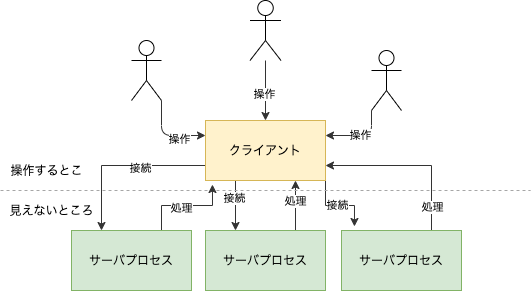
shi6na/Developers-Roadmap keeps this draw.io diagram as 06_relational_databases/クライアントサーバ.png. Above is the earlier version. Source tidied: cells renumbered, new cells last; positions are measured from the earlier drawing's top-left corner, leaving out a move shared by most shapes. The source it was exported from:
```xml
<mxGraphModel>
  <root>
    <mxCell id="0" />
    <mxCell id="1" parent="0" />
    <mxCell id="2" style="edgeStyle=orthogonalEdgeStyle;rounded=0;jettySize=auto;html=1;exitX=0.25;exitY=1;exitDx=0;exitDy=0;entryX=0.25;entryY=0;entryDx=0;entryDy=0;strokeColor=#333333;" parent="1" edge="1" source="7" target="10">
      <mxGeometry relative="1" as="geometry" />
    </mxCell>
    <mxCell id="3" value="接続" style="edgeLabel;html=1;align=center;verticalAlign=middle;" parent="2" vertex="1">
      <mxGeometry x="-0.32" y="-2" relative="1" as="geometry" />
    </mxCell>
    <mxCell id="4" value="接続" style="edgeStyle=orthogonalEdgeStyle;rounded=0;jettySize=auto;html=1;exitX=1;exitY=1;exitDx=0;exitDy=0;entryX=0.108;entryY=-0.067;entryDx=0;entryDy=0;entryPerimeter=0;strokeColor=#333333;" parent="1" edge="1" source="7" target="24">
      <mxGeometry relative="1" as="geometry" />
    </mxCell>
    <mxCell id="5" style="edgeStyle=orthogonalEdgeStyle;rounded=0;jettySize=auto;html=1;exitX=0;exitY=0.75;exitDx=0;exitDy=0;entryX=0.25;entryY=0;entryDx=0;entryDy=0;strokeColor=#333333;" parent="1" edge="1" source="7" target="27">
      <mxGeometry relative="1" as="geometry" />
    </mxCell>
    <mxCell id="6" value="接続" style="edgeLabel;html=1;align=center;verticalAlign=middle;" parent="5" vertex="1">
      <mxGeometry x="-0.22" y="2" relative="1" as="geometry" />
    </mxCell>
    <mxCell id="7" value="クライアント" style="rounded=0;whiteSpace=wrap;html=1;fillColor=#fff2cc;strokeColor=#d6b656;" parent="1" vertex="1">
      <mxGeometry x="205" y="120" width="120" height="60" as="geometry" />
    </mxCell>
    <mxCell id="8" style="edgeStyle=orthogonalEdgeStyle;rounded=0;jettySize=auto;html=1;exitX=0.75;exitY=0;exitDx=0;exitDy=0;entryX=0.75;entryY=1;entryDx=0;entryDy=0;strokeColor=#333333;" parent="1" edge="1" source="10" target="7">
      <mxGeometry relative="1" as="geometry" />
    </mxCell>
    <mxCell id="9" value="処理" style="edgeLabel;html=1;align=center;verticalAlign=middle;" parent="8" vertex="1">
      <mxGeometry x="0.2" y="1" relative="1" as="geometry" />
    </mxCell>
    <mxCell id="10" value="サーバプロセス" style="rounded=0;whiteSpace=wrap;html=1;fillColor=#d5e8d4;strokeColor=#82b366;" parent="1" vertex="1">
      <mxGeometry x="205" y="230" width="120" height="60" as="geometry" />
    </mxCell>
    <mxCell id="11" style="endArrow=none;html=1;dashed=1;fillColor=#f5f5f5;strokeColor=#A6A6A6;" parent="1" edge="1">
      <mxGeometry relative="1" as="geometry">
        <mxPoint y="190" as="sourcePoint" />
        <mxPoint x="530" y="190" as="targetPoint" />
      </mxGeometry>
    </mxCell>
    <mxCell id="12" style="edgeStyle=orthogonalEdgeStyle;rounded=1;jettySize=auto;html=1;exitX=1;exitY=1;exitDx=0;exitDy=0;exitPerimeter=0;entryX=0;entryY=0.25;entryDx=0;entryDy=0;strokeColor=#333333;" parent="1" edge="1" source="14" target="7">
      <mxGeometry relative="1" as="geometry" />
    </mxCell>
    <mxCell id="13" value="操作" style="edgeLabel;html=1;align=center;verticalAlign=middle;" parent="12" vertex="1">
      <mxGeometry x="0.33" y="-3" relative="1" as="geometry" />
    </mxCell>
    <mxCell id="14" style="shape=umlActor;verticalLabelPosition=bottom;verticalAlign=top;html=1;outlineConnect=0;" parent="1" vertex="1">
      <mxGeometry x="131" y="40" width="30" height="60" as="geometry" />
    </mxCell>
    <mxCell id="15" style="edgeStyle=orthogonalEdgeStyle;rounded=1;jettySize=auto;html=1;strokeColor=#333333;" parent="1" edge="1" source="17" target="7">
      <mxGeometry relative="1" as="geometry" />
    </mxCell>
    <mxCell id="16" value="操作" style="edgeLabel;html=1;align=center;verticalAlign=middle;" parent="15" vertex="1">
      <mxGeometry x="0.1" y="-2" relative="1" as="geometry" />
    </mxCell>
    <mxCell id="17" style="shape=umlActor;verticalLabelPosition=bottom;verticalAlign=top;html=1;outlineConnect=0;" parent="1" vertex="1">
      <mxGeometry x="249.5" width="31" height="60" as="geometry" />
    </mxCell>
    <mxCell id="18" value="操作" style="edgeStyle=orthogonalEdgeStyle;rounded=1;jettySize=auto;html=1;exitX=0;exitY=1;exitDx=0;exitDy=0;exitPerimeter=0;entryX=1;entryY=0.25;entryDx=0;entryDy=0;strokeColor=#333333;" parent="1" edge="1" source="19" target="7">
      <mxGeometry relative="1" as="geometry" />
    </mxCell>
    <mxCell id="19" style="shape=umlActor;verticalLabelPosition=bottom;verticalAlign=top;html=1;outlineConnect=0;" parent="1" vertex="1">
      <mxGeometry x="371" y="50" width="30" height="60" as="geometry" />
    </mxCell>
    <mxCell id="20" value="操作するとこ" style="text;html=1;align=center;verticalAlign=middle;" parent="1" vertex="1">
      <mxGeometry x="1" y="160" width="90" height="20" as="geometry" />
    </mxCell>
    <mxCell id="21" value="見えないところ" style="text;html=1;align=center;verticalAlign=middle;" parent="1" vertex="1">
      <mxGeometry x="1" y="200" width="100" height="20" as="geometry" />
    </mxCell>
    <mxCell id="22" style="edgeStyle=orthogonalEdgeStyle;rounded=0;jettySize=auto;html=1;exitX=0.75;exitY=0;exitDx=0;exitDy=0;entryX=1;entryY=0.75;entryDx=0;entryDy=0;strokeColor=#333333;" parent="1" edge="1" source="24" target="7">
      <mxGeometry relative="1" as="geometry" />
    </mxCell>
    <mxCell id="23" value="処理" style="edgeLabel;html=1;align=center;verticalAlign=middle;" parent="22" vertex="1">
      <mxGeometry x="-0.72" relative="1" as="geometry" />
    </mxCell>
    <mxCell id="24" value="サーバプロセス" style="rounded=0;whiteSpace=wrap;html=1;fillColor=#d5e8d4;strokeColor=#82b366;" parent="1" vertex="1">
      <mxGeometry x="341" y="230" width="120" height="60" as="geometry" />
    </mxCell>
    <mxCell id="25" style="edgeStyle=orthogonalEdgeStyle;rounded=0;jettySize=auto;html=1;exitX=0.75;exitY=0;exitDx=0;exitDy=0;entryX=0.058;entryY=1.067;entryDx=0;entryDy=0;entryPerimeter=0;strokeColor=#333333;" parent="1" edge="1" source="27" target="7">
      <mxGeometry relative="1" as="geometry" />
    </mxCell>
    <mxCell id="26" value="処理" style="edgeLabel;html=1;align=center;verticalAlign=middle;" parent="25" vertex="1">
      <mxGeometry x="-0.09" y="-2" relative="1" as="geometry" />
    </mxCell>
    <mxCell id="27" value="サーバプロセス" style="rounded=0;whiteSpace=wrap;html=1;fillColor=#d5e8d4;strokeColor=#82b366;" parent="1" vertex="1">
      <mxGeometry x="71" y="230" width="120" height="60" as="geometry" />
    </mxCell>
  </root>
</mxGraphModel>
```
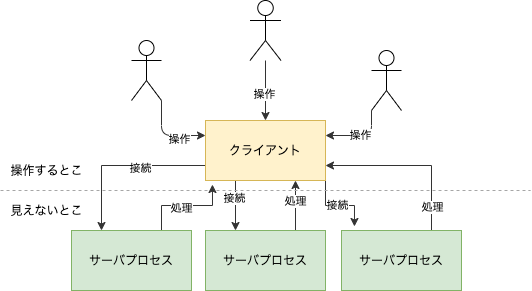
The same diagram one commit later.

Change to the diagram source:
```diff
@@ -62,8 +62,8 @@
     <mxCell id="20" value="操作するとこ" style="text;html=1;align=center;verticalAlign=middle;" parent="1" vertex="1">
       <mxGeometry x="1" y="160" width="90" height="20" as="geometry" />
     </mxCell>
-    <mxCell id="21" value="見えないところ" style="text;html=1;align=center;verticalAlign=middle;" parent="1" vertex="1">
-      <mxGeometry x="1" y="200" width="100" height="20" as="geometry" />
+    <mxCell id="21" value="見えないとこ" style="text;html=1;align=center;verticalAlign=middle;" parent="1" vertex="1">
+      <mxGeometry x="1" y="200" width="90" height="20" as="geometry" />
     </mxCell>
     <mxCell id="22" style="edgeStyle=orthogonalEdgeStyle;rounded=0;jettySize=auto;html=1;exitX=0.75;exitY=0;exitDx=0;exitDy=0;entryX=1;entryY=0.75;entryDx=0;entryDy=0;strokeColor=#333333;" parent="1" edge="1" source="24" target="7">
       <mxGeometry relative="1" as="geometry" />
```
